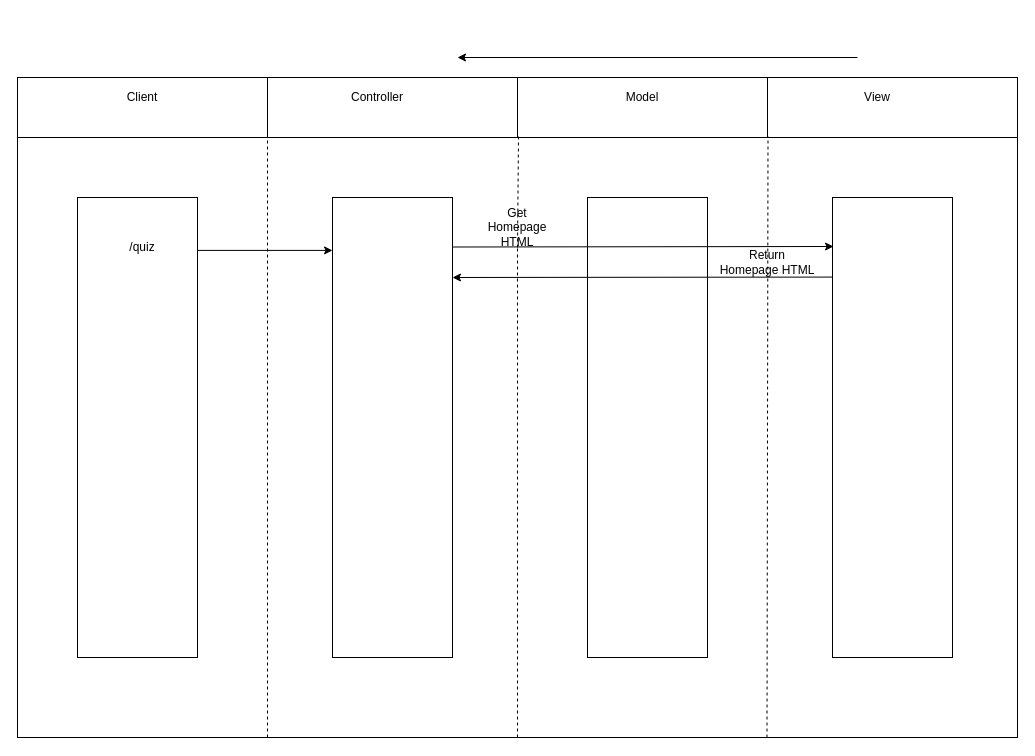
Earlier version of the draw.io diagram Untitled Diagram.drawio (kate102/browser-quiz). Source tidied: cells renumbered, new cells numbered last; positions are measured from the earlier drawing's top-left corner, leaving out a move shared by most shapes. Both pictures are drawn from the tidied source at 100%, with x=0, y=0 at pixel (17, 57).
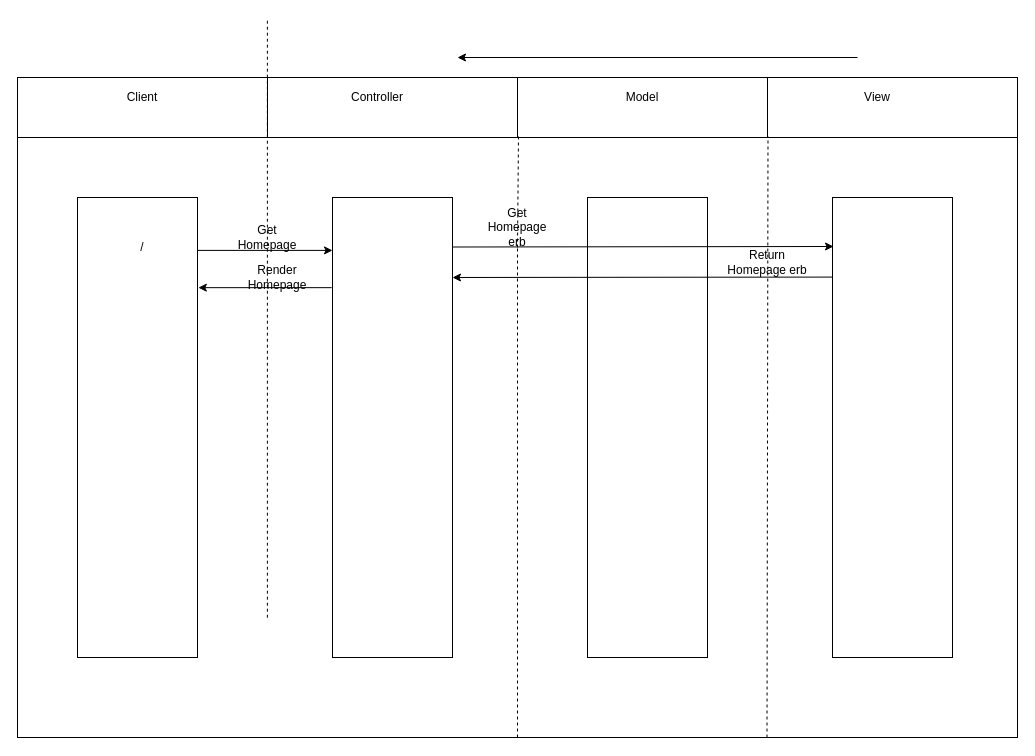
Above is the later version.

Commit message:
Finished first get request

The change refers to these unchanged cells:
```xml
<mxCell id="2" style="rounded=0;whiteSpace=wrap;html=1;" parent="1" vertex="1">
  <mxGeometry y="20" width="1000" height="660" as="geometry" />
</mxCell>
<mxCell id="3" style="rounded=0;whiteSpace=wrap;html=1;" parent="1" vertex="1">
  <mxGeometry y="20" width="1000" height="60" as="geometry" />
</mxCell>
<mxCell id="10" style="rounded=0;whiteSpace=wrap;html=1;" parent="1" vertex="1">
  <mxGeometry x="60" y="140" width="120" height="460" as="geometry" />
</mxCell>
<mxCell id="14" style="rounded=0;whiteSpace=wrap;html=1;" parent="1" vertex="1">
  <mxGeometry x="315" y="140" width="120" height="460" as="geometry" />
</mxCell>
```

Change to the diagram source:
```diff
@@
-    <mxCell id="11" style="endArrow=none;dashed=1;html=1;entryX=0.25;entryY=1;entryDx=0;entryDy=0;exitX=0.25;exitY=1;exitDx=0;exitDy=0;" parent="1" edge="1" source="2" target="3">
-      <mxGeometry relative="1" as="geometry" />
+    <mxCell id="11" style="endArrow=none;dashed=1;html=1;entryX=0.25;entryY=1;entryDx=0;entryDy=0;exitX=0.25;exitY=1;exitDx=0;exitDy=0;" parent="1" edge="1">
+      <mxGeometry relative="1" as="geometry">
+        <mxPoint x="249.9" y="560.2" as="sourcePoint" />
+        <mxPoint x="249.9" y="-39.8" as="targetPoint" />
+      </mxGeometry>
     </mxCell>
@@
-    <mxCell id="18" value="/quiz" style="text;html=1;strokeColor=none;fillColor=none;align=center;verticalAlign=middle;whiteSpace=wrap;rounded=0;" parent="1" vertex="1">
+    <mxCell id="18" value="/" style="text;html=1;strokeColor=none;fillColor=none;align=center;verticalAlign=middle;whiteSpace=wrap;rounded=0;" parent="1" vertex="1">
       <mxGeometry x="105" y="180" width="40" height="20" as="geometry" />
     </mxCell>
@@
-    <mxCell id="20" value="Get Homepage HTML" style="text;html=1;strokeColor=none;fillColor=none;align=center;verticalAlign=middle;whiteSpace=wrap;rounded=0;" parent="1" vertex="1">
+    <mxCell id="20" value="Get Homepage erb" style="text;html=1;strokeColor=none;fillColor=none;align=center;verticalAlign=middle;whiteSpace=wrap;rounded=0;" parent="1" vertex="1">
       <mxGeometry x="480" y="150" width="40" height="40" as="geometry" />
     </mxCell>
@@
-    <mxCell id="24" value="Return Homepage HTML" style="text;html=1;strokeColor=none;fillColor=none;align=center;verticalAlign=middle;whiteSpace=wrap;rounded=0;" parent="1" vertex="1">
+    <mxCell id="24" value="Return Homepage erb" style="text;html=1;strokeColor=none;fillColor=none;align=center;verticalAlign=middle;whiteSpace=wrap;rounded=0;" parent="1" vertex="1">
       <mxGeometry x="700" y="190" width="100" height="30" as="geometry" />
     </mxCell>
+    <mxCell id="25" style="endArrow=classic;html=1;exitX=-0.007;exitY=0.196;exitDx=0;exitDy=0;exitPerimeter=0;entryX=1.007;entryY=0.196;entryDx=0;entryDy=0;entryPerimeter=0;" parent="1" edge="1" source="14" target="10">
+      <mxGeometry relative="1" as="geometry" />
+    </mxCell>
+    <mxCell id="26" value="Get Homepage" style="text;html=1;strokeColor=none;fillColor=none;align=center;verticalAlign=middle;whiteSpace=wrap;rounded=0;" parent="1" vertex="1">
+      <mxGeometry x="230" y="170" width="40" height="20" as="geometry" />
+    </mxCell>
+    <mxCell id="27" value="Render Homepage" style="text;html=1;strokeColor=none;fillColor=none;align=center;verticalAlign=middle;whiteSpace=wrap;rounded=0;" parent="1" vertex="1">
+      <mxGeometry x="240" y="210" width="40" height="20" as="geometry" />
+    </mxCell>
```
